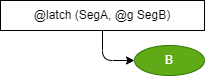
Above: Language/png/Op3.dio.png in DualsoftDev/ds (draw.io), before the change. Source tidied: cells renumbered, new cells last; positions are measured from the earlier drawing's top-left corner, leaving out a move shared by most shapes.
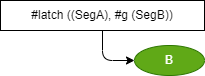
Above is the later version.

What changed in the source:
```diff
@@ -8,7 +8,7 @@
     <mxCell id="3" value="B" style="ellipse;whiteSpace=wrap;html=1;fillColor=#60a917;fontColor=#ffffff;strokeColor=#2D7600;" parent="1" vertex="1">
       <mxGeometry x="134" y="45" width="70" height="30" as="geometry" />
     </mxCell>
-    <mxCell id="4" value="@latch (SegA, @g SegB)" style="rounded=0;whiteSpace=wrap;html=1;" parent="1" vertex="1">
+    <mxCell id="4" value="#latch ((SegA), #g (SegB))" style="rounded=0;whiteSpace=wrap;html=1;" parent="1" vertex="1">
       <mxGeometry width="204" height="30" as="geometry" />
     </mxCell>
   </root>
```
